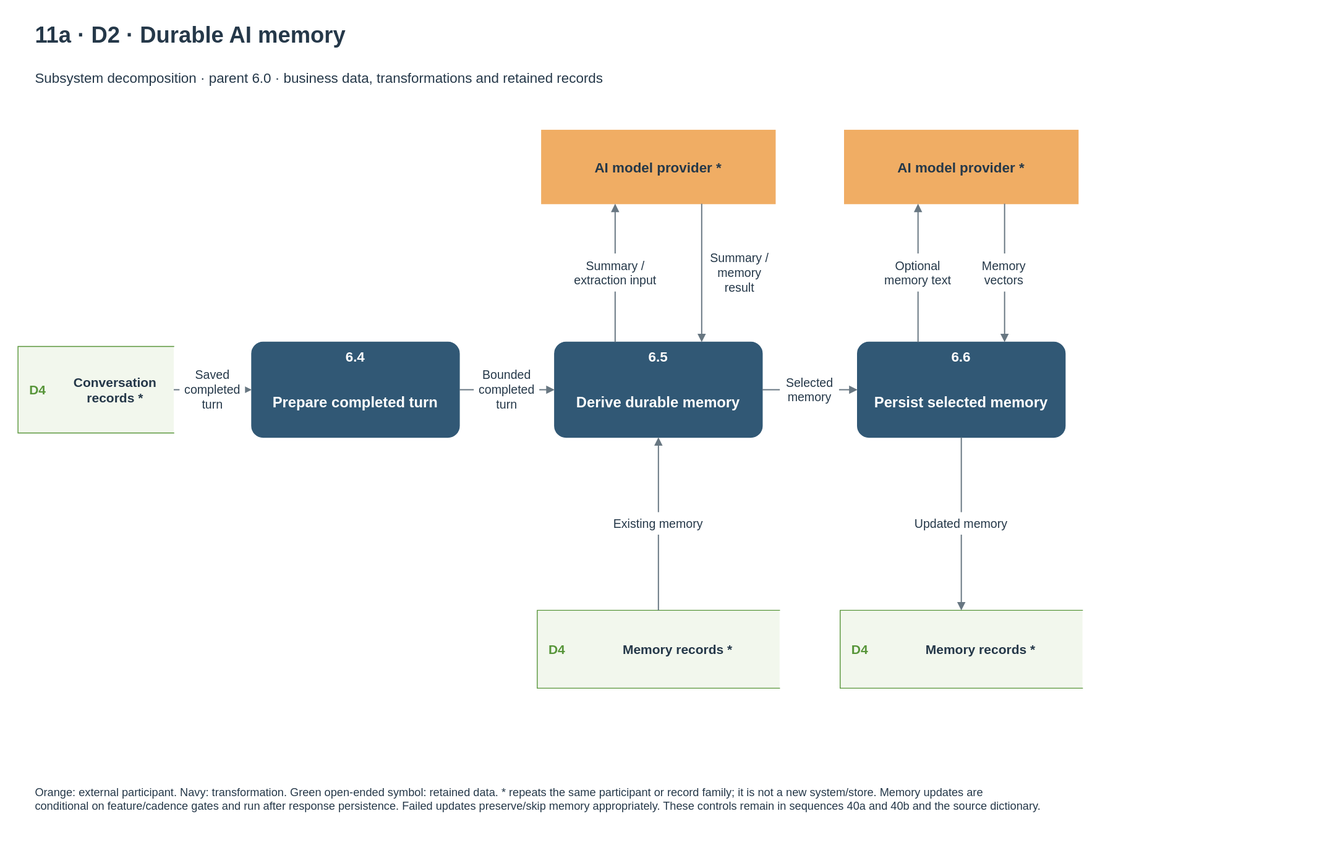
The draw.io diagram docs/diagrams/velora-current/importable-svg/11a-dfd-memory.drawio.svg in HieuCuteDangYeu/velora-backend, before a commit. Source tidied: cells renumbered, new cells last; positions are measured from the earlier drawing's top-left corner, leaving out a move shared by most shapes. Source of this version:
```xml
<mxGraphModel>
  <root>
    <mxCell id="0" />
    <mxCell id="1" parent="0" />
    <mxCell id="2" value="11a · D2 · Durable AI memory" style="text;html=1;whiteSpace=wrap;fontFamily=Arial;fontSize=26;fontColor=#253849;fontStyle=1;align=left;verticalAlign=middle;spacing=0;" parent="1" vertex="1">
      <mxGeometry x="20" width="1460" height="40" as="geometry" />
    </mxCell>
    <mxCell id="3" value="Subsystem decomposition · parent 6.0 · business data, transformations and retained records" style="text;html=1;whiteSpace=wrap;fontFamily=Arial;fontSize=16;fontColor=#253849;fontStyle=0;align=left;verticalAlign=middle;spacing=0;" parent="1" vertex="1">
      <mxGeometry x="20" y="50" width="1460" height="40" as="geometry" />
    </mxCell>
    <mxCell id="4" style="rounded=1;arcSize=12;fillColor=#315875;strokeColor=#315875;dashed=0;whiteSpace=wrap;" parent="1" vertex="1">
      <mxGeometry x="270" y="375" width="240" height="110" as="geometry" />
    </mxCell>
    <mxCell id="5" value="6.4" style="text;html=1;whiteSpace=wrap;fontFamily=Arial;fontSize=16;fontColor=white;fontStyle=1;align=center;verticalAlign=middle;spacing=0;" parent="4" vertex="1">
      <mxGeometry x="5" y="4" width="230" height="25" as="geometry" />
    </mxCell>
    <mxCell id="6" value="Prepare completed turn" style="text;html=1;whiteSpace=wrap;fontFamily=Arial;fontSize=17;fontColor=white;fontStyle=1;align=center;verticalAlign=middle;spacing=0;" parent="4" vertex="1">
      <mxGeometry x="8" y="36" width="224" height="70" as="geometry" />
    </mxCell>
    <mxCell id="7" style="rounded=1;arcSize=12;fillColor=#315875;strokeColor=#315875;dashed=0;whiteSpace=wrap;" parent="1" vertex="1">
      <mxGeometry x="620" y="375" width="240" height="110" as="geometry" />
    </mxCell>
    <mxCell id="8" value="6.5" style="text;html=1;whiteSpace=wrap;fontFamily=Arial;fontSize=16;fontColor=white;fontStyle=1;align=center;verticalAlign=middle;spacing=0;" parent="7" vertex="1">
      <mxGeometry x="5" y="4" width="230" height="25" as="geometry" />
    </mxCell>
    <mxCell id="9" value="Derive durable memory" style="text;html=1;whiteSpace=wrap;fontFamily=Arial;fontSize=17;fontColor=white;fontStyle=1;align=center;verticalAlign=middle;spacing=0;" parent="7" vertex="1">
      <mxGeometry x="8" y="36" width="224" height="70" as="geometry" />
    </mxCell>
    <mxCell id="10" style="rounded=1;arcSize=12;fillColor=#315875;strokeColor=#315875;dashed=0;whiteSpace=wrap;" parent="1" vertex="1">
      <mxGeometry x="970" y="375" width="240" height="110" as="geometry" />
    </mxCell>
    <mxCell id="11" value="6.6" style="text;html=1;whiteSpace=wrap;fontFamily=Arial;fontSize=16;fontColor=white;fontStyle=1;align=center;verticalAlign=middle;spacing=0;" parent="10" vertex="1">
      <mxGeometry x="5" y="4" width="230" height="25" as="geometry" />
    </mxCell>
    <mxCell id="12" value="Persist selected memory" style="text;html=1;whiteSpace=wrap;fontFamily=Arial;fontSize=17;fontColor=white;fontStyle=1;align=center;verticalAlign=middle;spacing=0;" parent="10" vertex="1">
      <mxGeometry x="8" y="36" width="224" height="70" as="geometry" />
    </mxCell>
    <mxCell id="13" style="shape=partialRectangle;right=0;left=1;top=1;bottom=1;rounded=0;fillColor=#f2f7ed;strokeColor=#579539;whiteSpace=wrap;" parent="1" vertex="1">
      <mxGeometry y="380" width="180" height="100" as="geometry" />
    </mxCell>
    <mxCell id="14" value="D4" style="text;html=1;whiteSpace=wrap;fontFamily=Arial;fontSize=15;fontColor=#579539;fontStyle=1;align=center;verticalAlign=middle;spacing=0;" parent="13" vertex="1">
      <mxGeometry x="2" y="2" width="42" height="96" as="geometry" />
    </mxCell>
    <mxCell id="15" value="Conversation&lt;br&gt;records *" style="text;html=1;whiteSpace=wrap;fontFamily=Arial;fontSize=15;fontColor=#253849;fontStyle=1;align=center;verticalAlign=middle;spacing=0;" parent="13" vertex="1">
      <mxGeometry x="53" y="5" width="119" height="90" as="geometry" />
    </mxCell>
    <mxCell id="16" style="rounded=0;arcSize=12;fillColor=#f0ad64;strokeColor=#f0ad64;dashed=0;whiteSpace=wrap;" parent="1" vertex="1">
      <mxGeometry x="605" y="130" width="270" height="85" as="geometry" />
    </mxCell>
    <mxCell id="17" value="AI model provider *" style="text;html=1;whiteSpace=wrap;fontFamily=Arial;fontSize=16;fontColor=#253849;fontStyle=1;align=center;verticalAlign=middle;spacing=0;" parent="16" vertex="1">
      <mxGeometry x="8" y="8" width="254" height="69" as="geometry" />
    </mxCell>
    <mxCell id="18" style="shape=partialRectangle;right=0;left=1;top=1;bottom=1;rounded=0;fillColor=#f2f7ed;strokeColor=#579539;whiteSpace=wrap;" parent="1" vertex="1">
      <mxGeometry x="600" y="685" width="280" height="90" as="geometry" />
    </mxCell>
    <mxCell id="19" value="D4" style="text;html=1;whiteSpace=wrap;fontFamily=Arial;fontSize=15;fontColor=#579539;fontStyle=1;align=center;verticalAlign=middle;spacing=0;" parent="18" vertex="1">
      <mxGeometry x="2" y="2" width="42" height="86" as="geometry" />
    </mxCell>
    <mxCell id="20" value="Memory records *" style="text;html=1;whiteSpace=wrap;fontFamily=Arial;fontSize=15;fontColor=#253849;fontStyle=1;align=center;verticalAlign=middle;spacing=0;" parent="18" vertex="1">
      <mxGeometry x="53" y="5" width="219" height="80" as="geometry" />
    </mxCell>
    <mxCell id="21" style="shape=partialRectangle;right=0;left=1;top=1;bottom=1;rounded=0;fillColor=#f2f7ed;strokeColor=#579539;whiteSpace=wrap;" parent="1" vertex="1">
      <mxGeometry x="950" y="685" width="280" height="90" as="geometry" />
    </mxCell>
    <mxCell id="22" value="D4" style="text;html=1;whiteSpace=wrap;fontFamily=Arial;fontSize=15;fontColor=#579539;fontStyle=1;align=center;verticalAlign=middle;spacing=0;" parent="21" vertex="1">
      <mxGeometry x="2" y="2" width="42" height="86" as="geometry" />
    </mxCell>
    <mxCell id="23" value="Memory records *" style="text;html=1;whiteSpace=wrap;fontFamily=Arial;fontSize=15;fontColor=#253849;fontStyle=1;align=center;verticalAlign=middle;spacing=0;" parent="21" vertex="1">
      <mxGeometry x="53" y="5" width="219" height="80" as="geometry" />
    </mxCell>
    <mxCell id="24" style="rounded=0;arcSize=12;fillColor=#f0ad64;strokeColor=#f0ad64;dashed=0;whiteSpace=wrap;" parent="1" vertex="1">
      <mxGeometry x="955" y="130" width="270" height="85" as="geometry" />
    </mxCell>
    <mxCell id="25" value="AI model provider *" style="text;html=1;whiteSpace=wrap;fontFamily=Arial;fontSize=16;fontColor=#253849;fontStyle=1;align=center;verticalAlign=middle;spacing=0;" parent="24" vertex="1">
      <mxGeometry x="8" y="8" width="254" height="69" as="geometry" />
    </mxCell>
    <mxCell id="26" style="edgeStyle=none;noEdgeStyle=1;endArrow=block;endFill=1;strokeColor=#687782;strokeWidth=1.4;jumpStyle=arc;jumpSize=8;exitPerimeter=0;entryPerimeter=0;exitX=1.0;exitY=0.5;entryX=0.0;entryY=0.5;" parent="1" edge="1" source="13" target="4">
      <mxGeometry relative="1" as="geometry" />
    </mxCell>
    <mxCell id="27" style="edgeStyle=none;noEdgeStyle=1;endArrow=block;endFill=1;strokeColor=#687782;strokeWidth=1.4;jumpStyle=arc;jumpSize=8;exitPerimeter=0;entryPerimeter=0;exitX=1.0;exitY=0.5;entryX=0.0;entryY=0.5;" parent="1" edge="1" source="4" target="7">
      <mxGeometry relative="1" as="geometry" />
    </mxCell>
    <mxCell id="28" style="edgeStyle=none;noEdgeStyle=1;endArrow=block;endFill=1;strokeColor=#687782;strokeWidth=1.4;jumpStyle=arc;jumpSize=8;exitPerimeter=0;entryPerimeter=0;exitX=1.0;exitY=0.5;entryX=0.0;entryY=0.5;" parent="1" edge="1" source="7" target="10">
      <mxGeometry relative="1" as="geometry" />
    </mxCell>
    <mxCell id="29" style="edgeStyle=none;noEdgeStyle=1;endArrow=block;endFill=1;strokeColor=#687782;strokeWidth=1.4;jumpStyle=arc;jumpSize=8;exitPerimeter=0;entryPerimeter=0;exitX=0.2916666666666667;exitY=0.0;entryX=0.3148148148148148;entryY=1.0;" parent="1" edge="1" source="7" target="16">
      <mxGeometry relative="1" as="geometry" />
    </mxCell>
    <mxCell id="30" style="edgeStyle=none;noEdgeStyle=1;endArrow=block;endFill=1;strokeColor=#687782;strokeWidth=1.4;jumpStyle=arc;jumpSize=8;exitPerimeter=0;entryPerimeter=0;exitX=0.6851851851851852;exitY=1.0;entryX=0.7083333333333334;entryY=0.0;" parent="1" edge="1" source="16" target="7">
      <mxGeometry relative="1" as="geometry" />
    </mxCell>
    <mxCell id="31" style="edgeStyle=none;noEdgeStyle=1;endArrow=block;endFill=1;strokeColor=#687782;strokeWidth=1.4;jumpStyle=arc;jumpSize=8;exitPerimeter=0;entryPerimeter=0;exitX=0.5;exitY=0.0;entryX=0.5;entryY=1.0;" parent="1" edge="1" source="18" target="7">
      <mxGeometry relative="1" as="geometry" />
    </mxCell>
    <mxCell id="32" style="edgeStyle=none;noEdgeStyle=1;endArrow=block;endFill=1;strokeColor=#687782;strokeWidth=1.4;jumpStyle=arc;jumpSize=8;exitPerimeter=0;entryPerimeter=0;exitX=0.5;exitY=1.0;entryX=0.5;entryY=0.0;" parent="1" edge="1" source="10" target="21">
      <mxGeometry relative="1" as="geometry" />
    </mxCell>
    <mxCell id="33" style="edgeStyle=none;noEdgeStyle=1;endArrow=block;endFill=1;strokeColor=#687782;strokeWidth=1.4;jumpStyle=arc;jumpSize=8;exitPerimeter=0;entryPerimeter=0;exitX=0.2916666666666667;exitY=0.0;entryX=0.3148148148148148;entryY=1.0;" parent="1" edge="1" source="10" target="24">
      <mxGeometry relative="1" as="geometry" />
    </mxCell>
    <mxCell id="34" style="edgeStyle=none;noEdgeStyle=1;endArrow=block;endFill=1;strokeColor=#687782;strokeWidth=1.4;jumpStyle=arc;jumpSize=8;exitPerimeter=0;entryPerimeter=0;exitX=0.6851851851851852;exitY=1.0;entryX=0.7083333333333334;entryY=0.0;" parent="1" edge="1" source="24" target="10">
      <mxGeometry relative="1" as="geometry" />
    </mxCell>
    <mxCell id="35" style="fillColor=#ffffff;strokeColor=none;" parent="1" vertex="1">
      <mxGeometry x="187.2" y="399" width="75.7" height="62" as="geometry" />
    </mxCell>
    <mxCell id="36" value="Saved&lt;br&gt;completed&lt;br&gt;turn" style="text;html=1;whiteSpace=wrap;fontFamily=Arial;fontSize=14;fontColor=#253849;fontStyle=0;align=center;verticalAlign=middle;spacing=0;" parent="1" vertex="1">
      <mxGeometry x="187.2" y="399" width="75.7" height="62" as="geometry" />
    </mxCell>
    <mxCell id="37" style="fillColor=#ffffff;strokeColor=none;" parent="1" vertex="1">
      <mxGeometry x="527.1" y="399" width="75.7" height="62" as="geometry" />
    </mxCell>
    <mxCell id="38" value="Bounded&lt;br&gt;completed&lt;br&gt;turn" style="text;html=1;whiteSpace=wrap;fontFamily=Arial;fontSize=14;fontColor=#253849;fontStyle=0;align=center;verticalAlign=middle;spacing=0;" parent="1" vertex="1">
      <mxGeometry x="527.1" y="399" width="75.7" height="62" as="geometry" />
    </mxCell>
    <mxCell id="39" style="fillColor=#ffffff;strokeColor=none;" parent="1" vertex="1">
      <mxGeometry x="880.8" y="408" width="68.4" height="44" as="geometry" />
    </mxCell>
    <mxCell id="40" value="Selected&lt;br&gt;memory" style="text;html=1;whiteSpace=wrap;fontFamily=Arial;fontSize=14;fontColor=#253849;fontStyle=0;align=center;verticalAlign=middle;spacing=0;" parent="1" vertex="1">
      <mxGeometry x="880.8" y="408" width="68.4" height="44" as="geometry" />
    </mxCell>
    <mxCell id="41" style="fillColor=#ffffff;strokeColor=none;" parent="1" vertex="1">
      <mxGeometry x="626.6" y="273" width="126.8" height="44" as="geometry" />
    </mxCell>
    <mxCell id="42" value="Summary /&lt;br&gt;extraction input" style="text;html=1;whiteSpace=wrap;fontFamily=Arial;fontSize=14;fontColor=#253849;fontStyle=0;align=center;verticalAlign=middle;spacing=0;" parent="1" vertex="1">
      <mxGeometry x="626.6" y="273" width="126.8" height="44" as="geometry" />
    </mxCell>
    <mxCell id="43" style="fillColor=#ffffff;strokeColor=none;" parent="1" vertex="1">
      <mxGeometry x="796" y="264" width="75.7" height="62" as="geometry" />
    </mxCell>
    <mxCell id="44" value="Summary /&lt;br&gt;memory&lt;br&gt;result" style="text;html=1;whiteSpace=wrap;fontFamily=Arial;fontSize=14;fontColor=#253849;fontStyle=0;align=center;verticalAlign=middle;spacing=0;" parent="1" vertex="1">
      <mxGeometry x="796" y="264" width="75.7" height="62" as="geometry" />
    </mxCell>
    <mxCell id="45" style="fillColor=#ffffff;strokeColor=none;" parent="1" vertex="1">
      <mxGeometry x="994.9" y="273" width="90.3" height="44" as="geometry" />
    </mxCell>
    <mxCell id="46" value="Optional&lt;br&gt;memory text" style="text;html=1;whiteSpace=wrap;fontFamily=Arial;fontSize=14;fontColor=#253849;fontStyle=0;align=center;verticalAlign=middle;spacing=0;" parent="1" vertex="1">
      <mxGeometry x="994.9" y="273" width="90.3" height="44" as="geometry" />
    </mxCell>
    <mxCell id="47" style="fillColor=#ffffff;strokeColor=none;" parent="1" vertex="1">
      <mxGeometry x="1109.5" y="273" width="61.1" height="44" as="geometry" />
    </mxCell>
    <mxCell id="48" value="Memory&lt;br&gt;vectors" style="text;html=1;whiteSpace=wrap;fontFamily=Arial;fontSize=14;fontColor=#253849;fontStyle=0;align=center;verticalAlign=middle;spacing=0;" parent="1" vertex="1">
      <mxGeometry x="1109.5" y="273" width="61.1" height="44" as="geometry" />
    </mxCell>
    <mxCell id="49" style="fillColor=#ffffff;strokeColor=none;" parent="1" vertex="1">
      <mxGeometry x="680.2" y="572" width="119.5" height="26" as="geometry" />
    </mxCell>
    <mxCell id="50" value="Existing memory" style="text;html=1;whiteSpace=wrap;fontFamily=Arial;fontSize=14;fontColor=#253849;fontStyle=0;align=center;verticalAlign=middle;spacing=0;" parent="1" vertex="1">
      <mxGeometry x="680.2" y="572" width="119.5" height="26" as="geometry" />
    </mxCell>
    <mxCell id="51" style="fillColor=#ffffff;strokeColor=none;" parent="1" vertex="1">
      <mxGeometry x="1033.9" y="572" width="112.2" height="26" as="geometry" />
    </mxCell>
    <mxCell id="52" value="Updated memory" style="text;html=1;whiteSpace=wrap;fontFamily=Arial;fontSize=14;fontColor=#253849;fontStyle=0;align=center;verticalAlign=middle;spacing=0;" parent="1" vertex="1">
      <mxGeometry x="1033.9" y="572" width="112.2" height="26" as="geometry" />
    </mxCell>
    <mxCell id="53" value="Orange: external participant. Navy: transformation. Green open-ended symbol: retained data. * repeats the same participant or record family; it is not a new system/store. Memory updates are&lt;br&gt;conditional on feature/cadence gates and run after response persistence. Failed updates preserve/skip memory appropriately. These controls remain in sequences 40a and 40b and the source dictionary." style="text;html=1;whiteSpace=wrap;fontFamily=Arial;fontSize=13;fontColor=#253849;fontStyle=0;align=left;verticalAlign=middle;spacing=0;" parent="1" vertex="1">
      <mxGeometry x="20" y="865" width="1460" height="75" as="geometry" />
    </mxCell>
  </root>
</mxGraphModel>
```
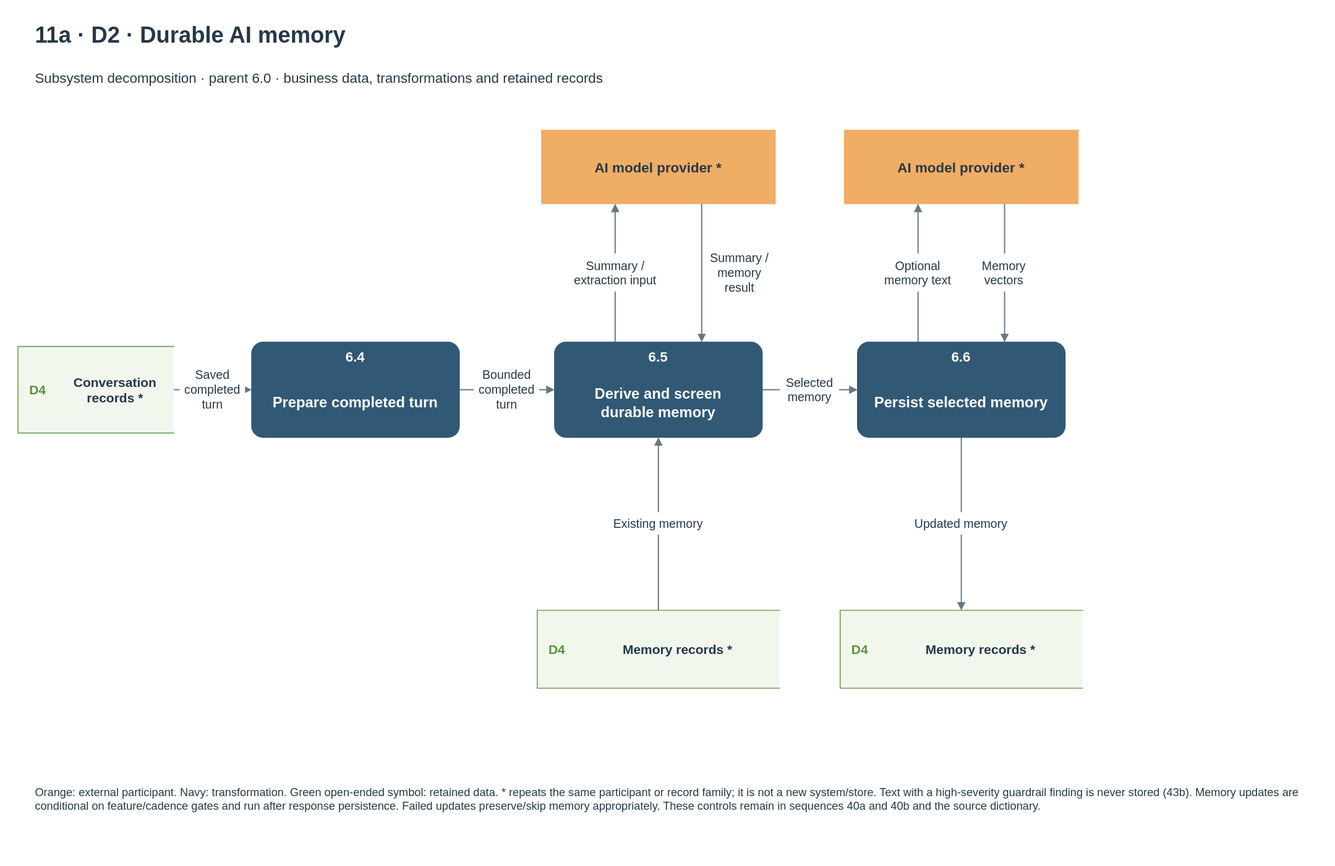
After the change.

Change to the diagram source:
```diff
@@ -23,7 +23,7 @@
     <mxCell id="8" value="6.5" style="text;html=1;whiteSpace=wrap;fontFamily=Arial;fontSize=16;fontColor=white;fontStyle=1;align=center;verticalAlign=middle;spacing=0;" parent="7" vertex="1">
       <mxGeometry x="5" y="4" width="230" height="25" as="geometry" />
     </mxCell>
-    <mxCell id="9" value="Derive durable memory" style="text;html=1;whiteSpace=wrap;fontFamily=Arial;fontSize=17;fontColor=white;fontStyle=1;align=center;verticalAlign=middle;spacing=0;" parent="7" vertex="1">
+    <mxCell id="9" value="Derive and screen&lt;br&gt;durable memory" style="text;html=1;whiteSpace=wrap;fontFamily=Arial;fontSize=17;fontColor=white;fontStyle=1;align=center;verticalAlign=middle;spacing=0;" parent="7" vertex="1">
       <mxGeometry x="8" y="36" width="224" height="70" as="geometry" />
     </mxCell>
     <mxCell id="10" style="rounded=1;arcSize=12;fillColor=#315875;strokeColor=#315875;dashed=0;whiteSpace=wrap;" parent="1" vertex="1">
@@ -155,7 +155,7 @@
     <mxCell id="52" value="Updated memory" style="text;html=1;whiteSpace=wrap;fontFamily=Arial;fontSize=14;fontColor=#253849;fontStyle=0;align=center;verticalAlign=middle;spacing=0;" parent="1" vertex="1">
       <mxGeometry x="1033.9" y="572" width="112.2" height="26" as="geometry" />
     </mxCell>
-    <mxCell id="53" value="Orange: external participant. Navy: transformation. Green open-ended symbol: retained data. * repeats the same participant or record family; it is not a new system/store. Memory updates are&lt;br&gt;conditional on feature/cadence gates and run after response persistence. Failed updates preserve/skip memory appropriately. These controls remain in sequences 40a and 40b and the source dictionary." style="text;html=1;whiteSpace=wrap;fontFamily=Arial;fontSize=13;fontColor=#253849;fontStyle=0;align=left;verticalAlign=middle;spacing=0;" parent="1" vertex="1">
+    <mxCell id="53" value="Orange: external participant. Navy: transformation. Green open-ended symbol: retained data. * repeats the same participant or record family; it is not a new system/store. Text with a high-severity guardrail finding is never stored (43b). Memory updates are&lt;br&gt;conditional on feature/cadence gates and run after response persistence. Failed updates preserve/skip memory appropriately. These controls remain in sequences 40a and 40b and the source dictionary." style="text;html=1;whiteSpace=wrap;fontFamily=Arial;fontSize=13;fontColor=#253849;fontStyle=0;align=left;verticalAlign=middle;spacing=0;" parent="1" vertex="1">
       <mxGeometry x="20" y="865" width="1460" height="75" as="geometry" />
     </mxCell>
   </root>
```
